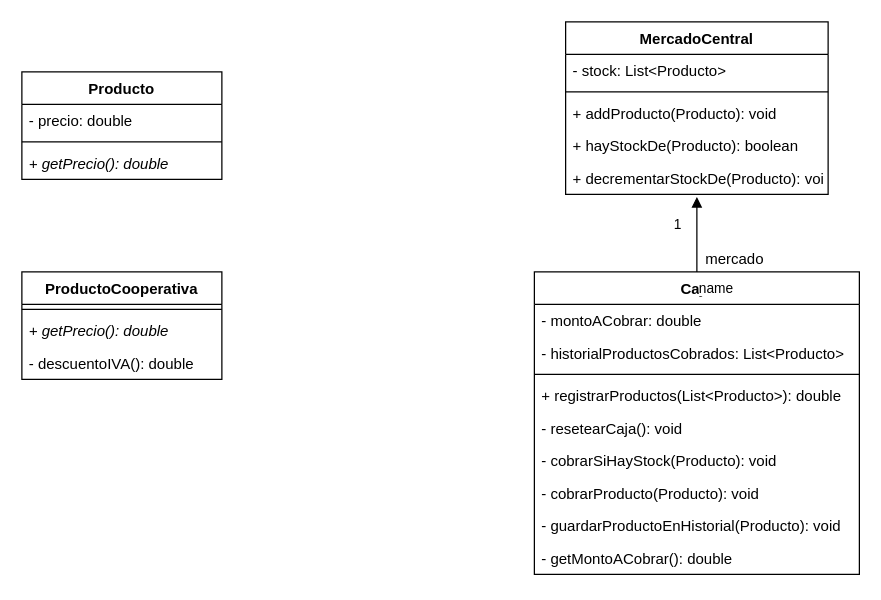
This is src/ar/edu/unq/po2/tp5/TP5 - Diagrama Mercado Central.drawio from leonelmontiel/unq-po2-2do, a draw.io file, before an edit. Source tidied: cells renumbered, new cells numbered last; positions are measured from the earlier drawing's top-left corner, leaving out a move shared by most shapes. Both pictures are drawn from the tidied source at 125%, with x=0, y=0 at pixel (21, 21).
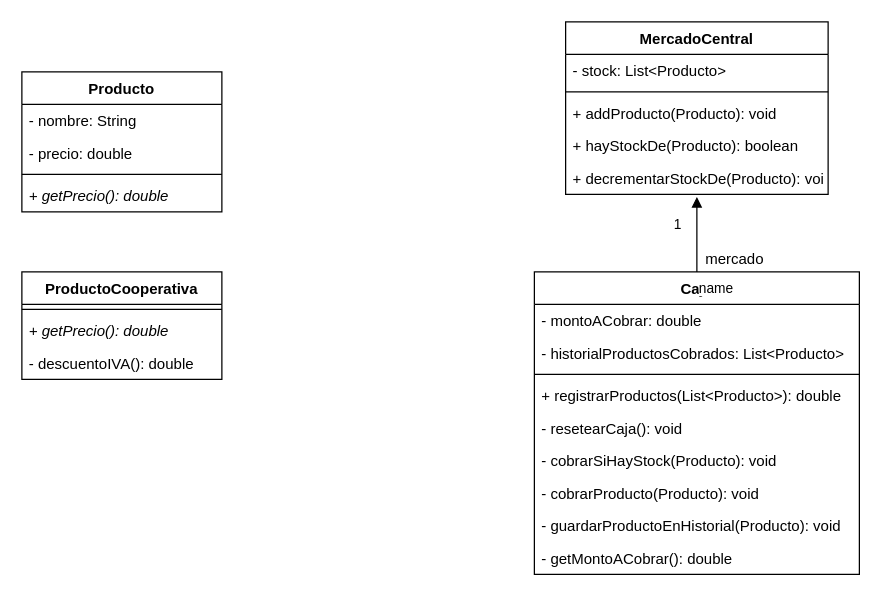
The same page after the edit.

Diff of the diagram source:
```diff
@@
     <mxCell id="22" value="Producto" style="swimlane;fontStyle=1;align=center;verticalAlign=top;horizontal=1;startSize=26;" parent="1" vertex="1">
-      <mxGeometry y="40" width="160" height="86" as="geometry" />
+      <mxGeometry y="40" width="160" height="112" as="geometry" />
     </mxCell>
+    <mxCell id="29" value="- nombre: String" style="text;strokeColor=none;fillColor=none;align=left;verticalAlign=top;spacingLeft=4;spacingRight=4;overflow=hidden;" parent="22" vertex="1">
+      <mxGeometry y="26" width="160" height="26" as="geometry" />
+    </mxCell>
     <mxCell id="23" value="- precio: double" style="text;strokeColor=none;fillColor=none;align=left;verticalAlign=top;spacingLeft=4;spacingRight=4;overflow=hidden;" parent="22" vertex="1">
-      <mxGeometry y="26" width="160" height="26" as="geometry" />
+      <mxGeometry y="52" width="160" height="26" as="geometry" />
     </mxCell>
     <mxCell id="24" style="line;strokeWidth=1;fillColor=none;align=left;verticalAlign=middle;spacingTop=-1;spacingLeft=3;spacingRight=3;labelPosition=right;" parent="22" vertex="1">
-      <mxGeometry y="52" width="160" height="8" as="geometry" />
+      <mxGeometry y="78" width="160" height="8" as="geometry" />
     </mxCell>
     <mxCell id="25" value="+ getPrecio(): double" style="text;strokeColor=none;fillColor=none;align=left;verticalAlign=top;spacingLeft=4;spacingRight=4;overflow=hidden;fontStyle=2;" parent="22" vertex="1">
-      <mxGeometry y="60" width="160" height="26" as="geometry" />
+      <mxGeometry y="86" width="160" height="26" as="geometry" />
     </mxCell>
```
